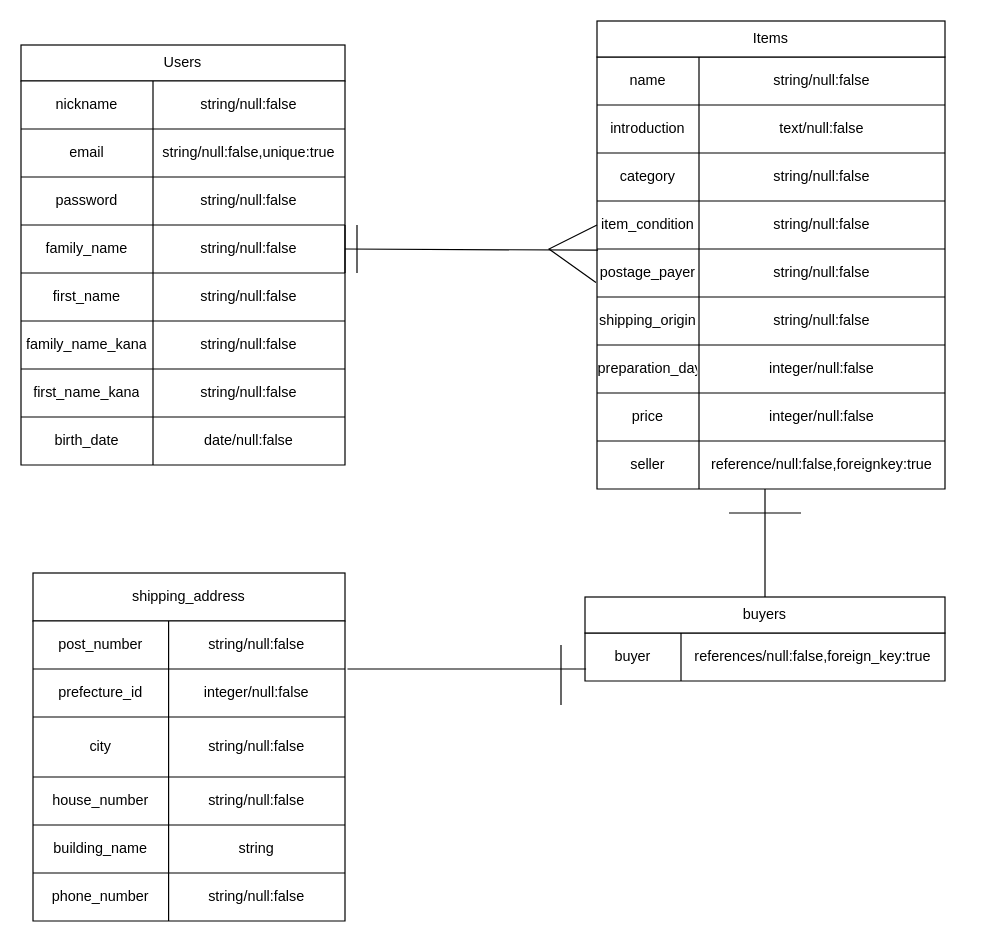
This is furima.dio from shumpei07/furima-38770, a draw.io file, before an edit. Source tidied: cells renumbered, new cells numbered last; positions are measured from the earlier drawing's top-left corner, leaving out a move shared by most shapes. Both pictures are drawn from the tidied source at 120%, with x=0, y=0 at pixel (20, 20).
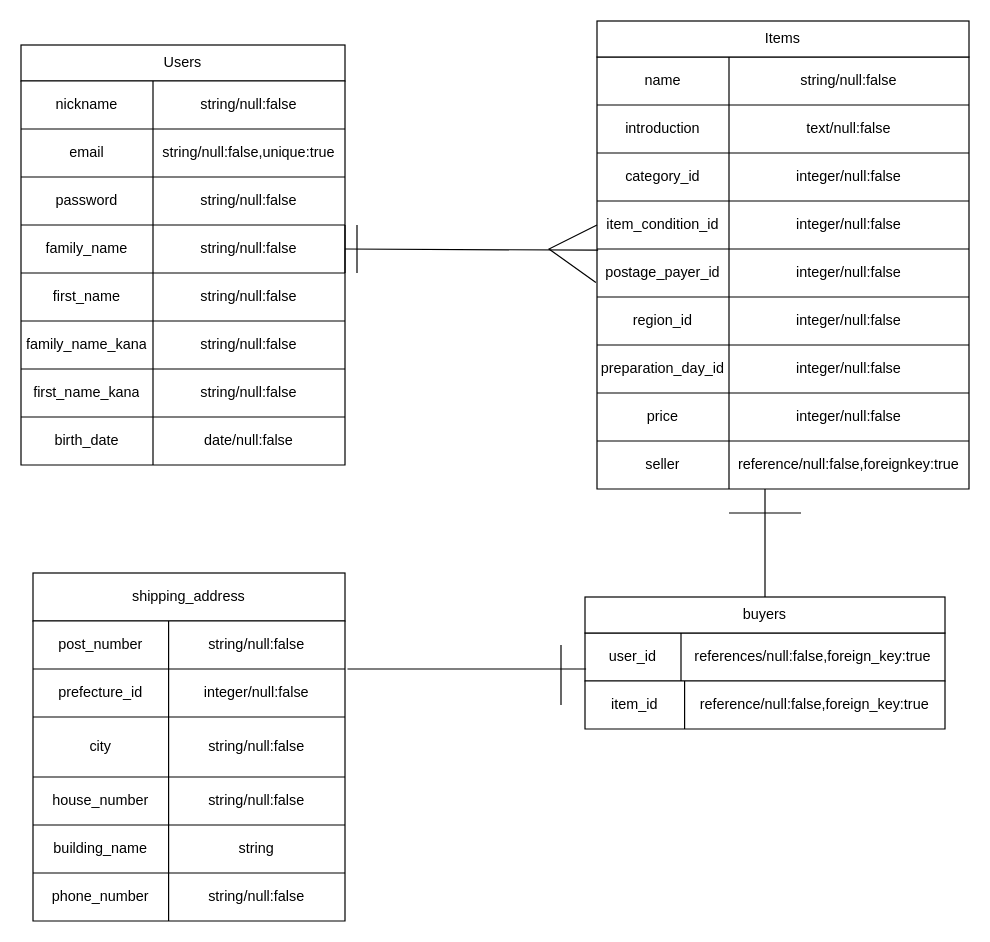
The same page after the edit.

Unchanged cells that the change refers to:
```xml
<mxCell id="62" style="shape=tableRow;horizontal=0;startSize=0;swimlaneHead=0;swimlaneBody=0;top=0;left=0;bottom=0;right=0;fillColor=none;points=[[0,0.5],[1,0.5]];portConstraint=eastwest;" parent="61" vertex="1">
  <mxGeometry width="300" height="40" as="geometry" />
</mxCell>
```

Diff of the diagram source:
```diff
@@
     <mxCell id="3" style="shape=table;startSize=0;childLayout=tableLayout;html=0;" parent="1" vertex="1">
-      <mxGeometry x="480" y="30" width="290" height="360" as="geometry" />
+      <mxGeometry x="480" y="30" width="310" height="360" as="geometry" />
     </mxCell>
     <mxCell id="4" style="shape=tableRow;horizontal=0;startSize=0;swimlaneHead=0;swimlaneBody=0;top=0;left=0;bottom=0;right=0;fillColor=none;html=0;" parent="3" vertex="1">
-      <mxGeometry width="290" height="40" as="geometry" />
+      <mxGeometry width="310" height="40" as="geometry" />
     </mxCell>
     <mxCell id="5" value="name" style="shape=partialRectangle;html=1;whiteSpace=wrap;overflow=hidden;fillColor=none;top=0;left=0;bottom=0;right=0;" parent="4" vertex="1">
-      <mxGeometry width="85" height="40" as="geometry" />
+      <mxGeometry width="110" height="40" as="geometry" />
     </mxCell>
     <mxCell id="6" value="string/null:false" style="shape=partialRectangle;html=1;whiteSpace=wrap;overflow=hidden;fillColor=none;top=0;left=0;bottom=0;right=0;" parent="4" vertex="1">
-      <mxGeometry x="85" width="205" height="40" as="geometry" />
+      <mxGeometry x="110" width="200" height="40" as="geometry" />
     </mxCell>
     <mxCell id="7" style="shape=tableRow;horizontal=0;startSize=0;swimlaneHead=0;swimlaneBody=0;top=0;left=0;bottom=0;right=0;fillColor=none;html=0;" parent="3" vertex="1">
-      <mxGeometry y="40" width="290" height="40" as="geometry" />
+      <mxGeometry y="40" width="310" height="40" as="geometry" />
     </mxCell>
     <mxCell id="8" value="introduction" style="shape=partialRectangle;html=1;whiteSpace=wrap;overflow=hidden;fillColor=none;top=0;left=0;bottom=0;right=0;" parent="7" vertex="1">
-      <mxGeometry width="85" height="40" as="geometry" />
+      <mxGeometry width="110" height="40" as="geometry" />
     </mxCell>
     <mxCell id="9" value="text/null:false" style="shape=partialRectangle;html=1;whiteSpace=wrap;overflow=hidden;fillColor=none;top=0;left=0;bottom=0;right=0;" parent="7" vertex="1">
-      <mxGeometry x="85" width="205" height="40" as="geometry" />
+      <mxGeometry x="110" width="200" height="40" as="geometry" />
     </mxCell>
     <mxCell id="10" style="shape=tableRow;horizontal=0;startSize=0;swimlaneHead=0;swimlaneBody=0;top=0;left=0;bottom=0;right=0;fillColor=none;html=0;" parent="3" vertex="1">
-      <mxGeometry y="80" width="290" height="40" as="geometry" />
+      <mxGeometry y="80" width="310" height="40" as="geometry" />
     </mxCell>
-    <mxCell id="11" value="category" style="shape=partialRectangle;html=1;whiteSpace=wrap;overflow=hidden;fillColor=none;top=0;left=0;bottom=0;right=0;" parent="10" vertex="1">
-      <mxGeometry width="85" height="40" as="geometry" />
+    <mxCell id="11" value="category_id" style="shape=partialRectangle;html=1;whiteSpace=wrap;overflow=hidden;fillColor=none;top=0;left=0;bottom=0;right=0;" parent="10" vertex="1">
+      <mxGeometry width="110" height="40" as="geometry" />
     </mxCell>
-    <mxCell id="12" value="string/null:false" style="shape=partialRectangle;html=1;whiteSpace=wrap;overflow=hidden;fillColor=none;top=0;left=0;bottom=0;right=0;" parent="10" vertex="1">
-      <mxGeometry x="85" width="205" height="40" as="geometry" />
+    <mxCell id="12" value="integer/null:false" style="shape=partialRectangle;html=1;whiteSpace=wrap;overflow=hidden;fillColor=none;top=0;left=0;bottom=0;right=0;" parent="10" vertex="1">
+      <mxGeometry x="110" width="200" height="40" as="geometry" />
     </mxCell>
     <mxCell id="13" style="shape=tableRow;horizontal=0;startSize=0;swimlaneHead=0;swimlaneBody=0;top=0;left=0;bottom=0;right=0;fillColor=none;html=0;" parent="3" vertex="1">
-      <mxGeometry y="120" width="290" height="40" as="geometry" />
+      <mxGeometry y="120" width="310" height="40" as="geometry" />
     </mxCell>
-    <mxCell id="14" value="item_condition" style="shape=partialRectangle;html=1;whiteSpace=wrap;overflow=hidden;fillColor=none;top=0;left=0;bottom=0;right=0;" parent="13" vertex="1">
-      <mxGeometry width="85" height="40" as="geometry" />
+    <mxCell id="14" value="item_condition_id" style="shape=partialRectangle;html=1;whiteSpace=wrap;overflow=hidden;fillColor=none;top=0;left=0;bottom=0;right=0;" parent="13" vertex="1">
+      <mxGeometry width="110" height="40" as="geometry" />
     </mxCell>
-    <mxCell id="15" value="string/null:false" style="shape=partialRectangle;html=1;whiteSpace=wrap;overflow=hidden;fillColor=none;top=0;left=0;bottom=0;right=0;" parent="13" vertex="1">
-      <mxGeometry x="85" width="205" height="40" as="geometry" />
+    <mxCell id="15" value="integer/null:false" style="shape=partialRectangle;html=1;whiteSpace=wrap;overflow=hidden;fillColor=none;top=0;left=0;bottom=0;right=0;" parent="13" vertex="1">
+      <mxGeometry x="110" width="200" height="40" as="geometry" />
     </mxCell>
     <mxCell id="16" style="shape=tableRow;horizontal=0;startSize=0;swimlaneHead=0;swimlaneBody=0;top=0;left=0;bottom=0;right=0;fillColor=none;points=[[0,0.5],[1,0.5]];portConstraint=eastwest;html=0;" parent="3" vertex="1">
-      <mxGeometry y="160" width="290" height="40" as="geometry" />
+      <mxGeometry y="160" width="310" height="40" as="geometry" />
     </mxCell>
-    <mxCell id="17" value="postage_payer" style="shape=partialRectangle;html=1;whiteSpace=wrap;overflow=hidden;fillColor=none;top=0;left=0;bottom=0;right=0;" parent="16" vertex="1">
-      <mxGeometry width="85" height="40" as="geometry" />
+    <mxCell id="17" value="postage_payer_id" style="shape=partialRectangle;html=1;whiteSpace=wrap;overflow=hidden;fillColor=none;top=0;left=0;bottom=0;right=0;" parent="16" vertex="1">
+      <mxGeometry width="110" height="40" as="geometry" />
     </mxCell>
-    <mxCell id="18" value="string/null:false" style="shape=partialRectangle;html=1;whiteSpace=wrap;overflow=hidden;fillColor=none;top=0;left=0;bottom=0;right=0;" parent="16" vertex="1">
-      <mxGeometry x="85" width="205" height="40" as="geometry" />
+    <mxCell id="18" value="integer/null:false" style="shape=partialRectangle;html=1;whiteSpace=wrap;overflow=hidden;fillColor=none;top=0;left=0;bottom=0;right=0;" parent="16" vertex="1">
+      <mxGeometry x="110" width="200" height="40" as="geometry" />
     </mxCell>
     <mxCell id="19" style="shape=tableRow;horizontal=0;startSize=0;swimlaneHead=0;swimlaneBody=0;top=0;left=0;bottom=0;right=0;fillColor=none;html=0;" parent="3" vertex="1">
-      <mxGeometry y="200" width="290" height="40" as="geometry" />
+      <mxGeometry y="200" width="310" height="40" as="geometry" />
     </mxCell>
-    <mxCell id="20" value="shipping_origin" style="shape=partialRectangle;html=1;whiteSpace=wrap;overflow=hidden;fillColor=none;top=0;left=0;bottom=0;right=0;" parent="19" vertex="1">
-      <mxGeometry width="85" height="40" as="geometry" />
+    <mxCell id="20" value="region_id" style="shape=partialRectangle;html=1;whiteSpace=wrap;overflow=hidden;fillColor=none;top=0;left=0;bottom=0;right=0;" parent="19" vertex="1">
+      <mxGeometry width="110" height="40" as="geometry" />
     </mxCell>
-    <mxCell id="21" value="string/null:false" style="shape=partialRectangle;html=1;whiteSpace=wrap;overflow=hidden;fillColor=none;top=0;left=0;bottom=0;right=0;" parent="19" vertex="1">
-      <mxGeometry x="85" width="205" height="40" as="geometry" />
+    <mxCell id="21" value="integer/null:false" style="shape=partialRectangle;html=1;whiteSpace=wrap;overflow=hidden;fillColor=none;top=0;left=0;bottom=0;right=0;" parent="19" vertex="1">
+      <mxGeometry x="110" width="200" height="40" as="geometry" />
     </mxCell>
     <mxCell id="22" style="shape=tableRow;horizontal=0;startSize=0;swimlaneHead=0;swimlaneBody=0;top=0;left=0;bottom=0;right=0;fillColor=none;html=0;" parent="3" vertex="1">
-      <mxGeometry y="240" width="290" height="40" as="geometry" />
+      <mxGeometry y="240" width="310" height="40" as="geometry" />
     </mxCell>
-    <mxCell id="23" value="preparation_day" style="shape=partialRectangle;html=1;whiteSpace=wrap;overflow=hidden;fillColor=none;top=0;left=0;bottom=0;right=0;" parent="22" vertex="1">
-      <mxGeometry width="85" height="40" as="geometry" />
+    <mxCell id="23" value="preparation_day_id" style="shape=partialRectangle;html=1;whiteSpace=wrap;overflow=hidden;fillColor=none;top=0;left=0;bottom=0;right=0;" parent="22" vertex="1">
+      <mxGeometry width="110" height="40" as="geometry" />
     </mxCell>
     <mxCell id="24" value="integer/null:false" style="shape=partialRectangle;html=1;whiteSpace=wrap;overflow=hidden;fillColor=none;top=0;left=0;bottom=0;right=0;" parent="22" vertex="1">
-      <mxGeometry x="85" width="205" height="40" as="geometry" />
+      <mxGeometry x="110" width="200" height="40" as="geometry" />
     </mxCell>
     <mxCell id="25" style="shape=tableRow;horizontal=0;startSize=0;swimlaneHead=0;swimlaneBody=0;top=0;left=0;bottom=0;right=0;fillColor=none;html=0;" parent="3" vertex="1">
-      <mxGeometry y="280" width="290" height="40" as="geometry" />
+      <mxGeometry y="280" width="310" height="40" as="geometry" />
     </mxCell>
     <mxCell id="26" value="price" style="shape=partialRectangle;html=1;whiteSpace=wrap;overflow=hidden;fillColor=none;top=0;left=0;bottom=0;right=0;" parent="25" vertex="1">
-      <mxGeometry width="85" height="40" as="geometry" />
+      <mxGeometry width="110" height="40" as="geometry" />
     </mxCell>
     <mxCell id="27" value="integer/null:false" style="shape=partialRectangle;html=1;whiteSpace=wrap;overflow=hidden;fillColor=none;top=0;left=0;bottom=0;right=0;" parent="25" vertex="1">
-      <mxGeometry x="85" width="205" height="40" as="geometry" />
+      <mxGeometry x="110" width="200" height="40" as="geometry" />
     </mxCell>
     <mxCell id="28" style="shape=tableRow;horizontal=0;startSize=0;swimlaneHead=0;swimlaneBody=0;top=0;left=0;bottom=0;right=0;fillColor=none;html=0;" parent="3" vertex="1">
-      <mxGeometry y="320" width="290" height="40" as="geometry" />
+      <mxGeometry y="320" width="310" height="40" as="geometry" />
     </mxCell>
     <mxCell id="29" value="seller" style="shape=partialRectangle;html=1;whiteSpace=wrap;overflow=hidden;fillColor=none;top=0;left=0;bottom=0;right=0;" parent="28" vertex="1">
-      <mxGeometry width="85" height="40" as="geometry" />
+      <mxGeometry width="110" height="40" as="geometry" />
     </mxCell>
     <mxCell id="30" value="reference/null:false,foreignkey:true" style="shape=partialRectangle;html=1;whiteSpace=wrap;overflow=hidden;fillColor=none;top=0;left=0;bottom=0;right=0;" parent="28" vertex="1">
-      <mxGeometry x="85" width="205" height="40" as="geometry" />
+      <mxGeometry x="110" width="200" height="40" as="geometry" />
     </mxCell>
@@
     <mxCell id="56" value="Items" style="rounded=0;whiteSpace=wrap;html=1;" parent="1" vertex="1">
-      <mxGeometry x="480" width="290" height="30" as="geometry" />
+      <mxGeometry x="480" width="310" height="30" as="geometry" />
     </mxCell>
@@
-    <mxCell id="63" value="buyer" style="shape=partialRectangle;html=1;whiteSpace=wrap;overflow=hidden;fillColor=none;top=0;left=0;bottom=0;right=0;" parent="62" vertex="1">
+    <mxCell id="63" value="user_id" style="shape=partialRectangle;html=1;whiteSpace=wrap;overflow=hidden;fillColor=none;top=0;left=0;bottom=0;right=0;" parent="62" vertex="1">
       <mxGeometry width="80" height="40" as="geometry" />
     </mxCell>
@@
+    <mxCell id="90" style="shape=table;startSize=0;childLayout=tableLayout;" parent="1" vertex="1">
+      <mxGeometry x="470" y="550" width="300" height="40" as="geometry" />
+    </mxCell>
+    <mxCell id="91" style="shape=tableRow;horizontal=0;startSize=0;swimlaneHead=0;swimlaneBody=0;top=0;left=0;bottom=0;right=0;fillColor=none;" parent="90" vertex="1">
+      <mxGeometry width="300" height="40" as="geometry" />
+    </mxCell>
+    <mxCell id="92" value="item_id" style="shape=partialRectangle;html=1;whiteSpace=wrap;overflow=hidden;fillColor=none;top=0;left=0;bottom=0;right=0;" parent="91" vertex="1">
+      <mxGeometry width="83" height="40" as="geometry" />
+    </mxCell>
+    <mxCell id="93" value="reference/null:false,foreign_key:true" style="shape=partialRectangle;html=1;whiteSpace=wrap;overflow=hidden;fillColor=none;top=0;left=0;bottom=0;right=0;" parent="91" vertex="1">
+      <mxGeometry x="83" width="217" height="40" as="geometry" />
+    </mxCell>
```
